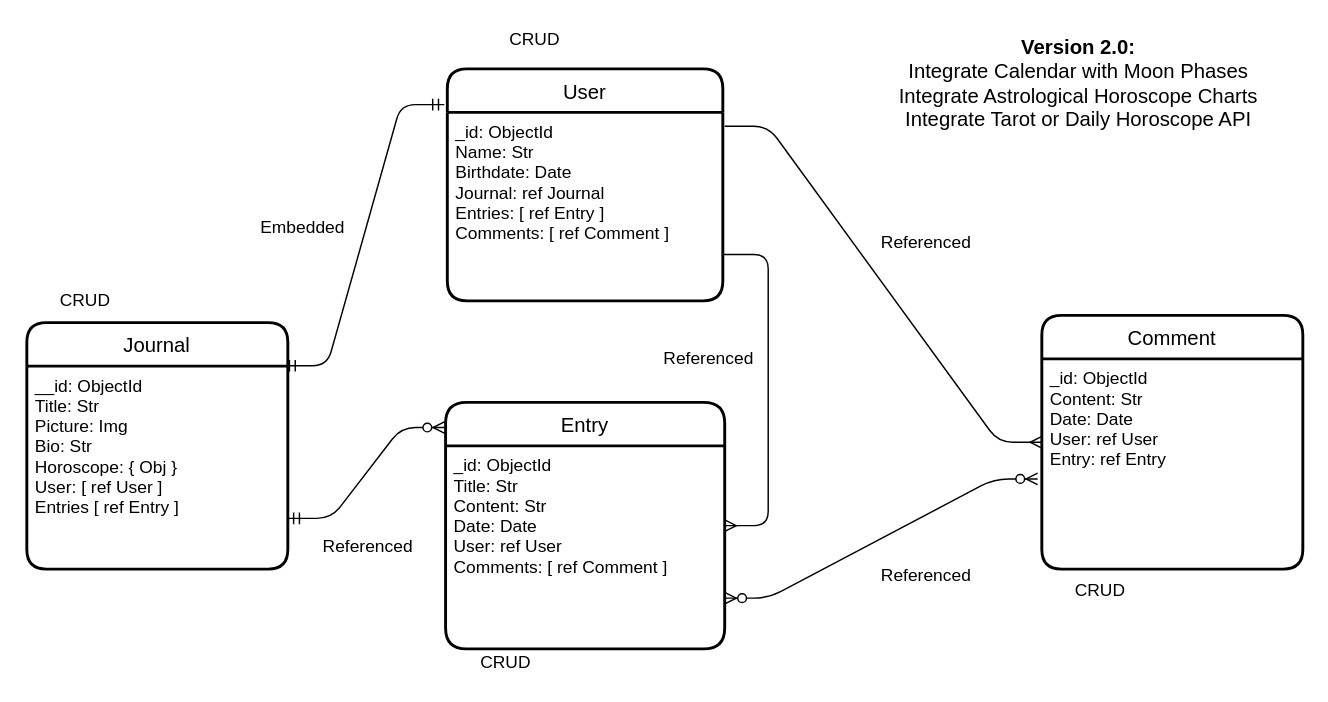
londondata/codexcoven keeps this draw.io diagram as ERD.drawio. Above is the earlier version. Source tidied: cells renumbered, new cells numbered last; positions are measured from the earlier drawing's top-left corner, leaving out a move shared by most shapes. Both pictures are drawn from the tidied source at 145%, with x=0, y=0 at pixel (26, 25).
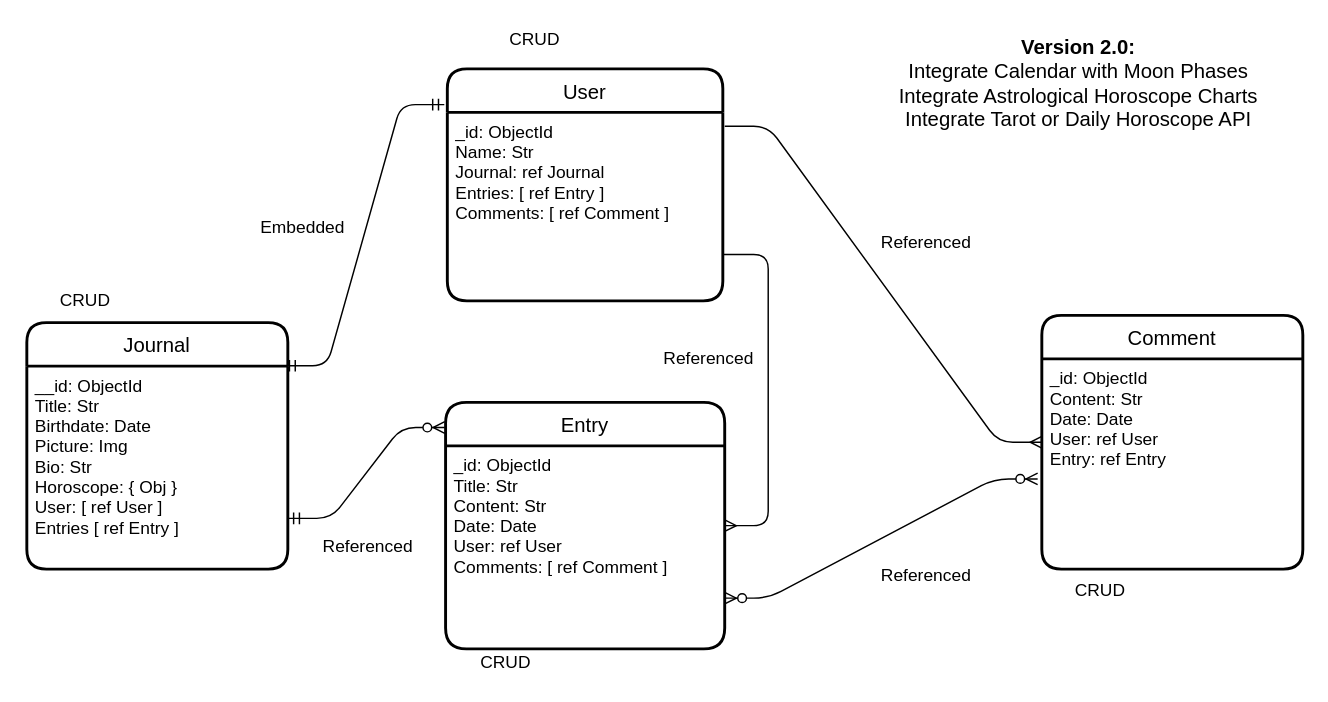
After the change.

The change refers to these unchanged cells:
```xml
<mxCell id="2" value="User" style="swimlane;horizontal=1;startSize=30;rounded=1;fontSize=14;fontStyle=0;strokeWidth=2;shadow=0;dashed=0;align=center;" parent="1" vertex="1">
  <mxGeometry x="290" y="30" width="190" height="160" as="geometry" />
</mxCell>
<mxCell id="6" value="Journal" style="swimlane;horizontal=1;startSize=30;rounded=1;fontSize=14;fontStyle=0;strokeWidth=2;shadow=0;dashed=0;align=center;" parent="1" vertex="1">
  <mxGeometry y="205" width="180" height="170" as="geometry" />
</mxCell>
```

Change to the diagram source:
```diff
@@
-    <mxCell id="3" value="_id: ObjectId&#10;Name: Str&#10;Birthdate: Date&#10;Journal: ref Journal&#10;Entries: [ ref Entry ]&#10;Comments: [ ref Comment ]&#10;&#10;&#10;&#10;" style="align=left;strokeColor=none;fillColor=none;spacingLeft=4;fontSize=12;verticalAlign=top;" parent="2" vertex="1">
+    <mxCell id="3" value="_id: ObjectId&#10;Name: Str&#10;Journal: ref Journal&#10;Entries: [ ref Entry ]&#10;Comments: [ ref Comment ]&#10;&#10;&#10;&#10;" style="align=left;strokeColor=none;fillColor=none;spacingLeft=4;fontSize=12;verticalAlign=top;" parent="2" vertex="1">
       <mxGeometry y="30" width="190" height="130" as="geometry" />
     </mxCell>
@@
-    <mxCell id="7" value="__id: ObjectId&#10;Title: Str&#10;Picture: Img&#10;Bio: Str&#10;Horoscope: { Obj } &#10;User: [ ref User ]&#10;Entries [ ref Entry ]&#10;" style="align=left;strokeColor=none;fillColor=none;spacingLeft=4;fontSize=12;verticalAlign=top;" parent="6" vertex="1">
+    <mxCell id="7" value="__id: ObjectId&#10;Title: Str&#10;Birthdate: Date&#10;Picture: Img&#10;Bio: Str&#10;Horoscope: { Obj } &#10;User: [ ref User ]&#10;Entries [ ref Entry ]&#10;" style="align=left;strokeColor=none;fillColor=none;spacingLeft=4;fontSize=12;verticalAlign=top;" parent="6" vertex="1">
       <mxGeometry y="30" width="180" height="140" as="geometry" />
     </mxCell>
```
